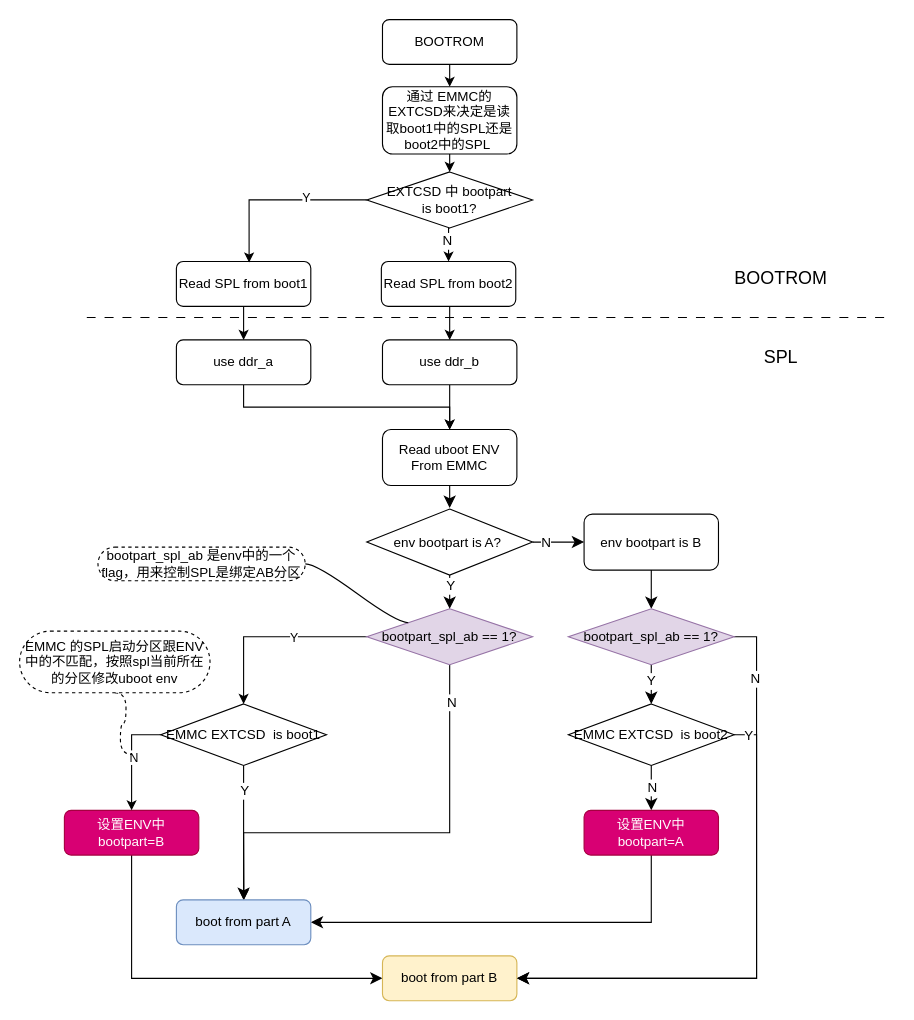
Above: page "第 1 页" (1 of 2) of AB分区.drawio in wdhgit/drawio (draw.io), before the change. Source tidied: cells renumbered, new cells numbered last; positions are measured from the earlier drawing's top-left corner, leaving out a move shared by most shapes. Both pictures are drawn from the tidied source at 112%, with x=0, y=0 at pixel (19, 19).
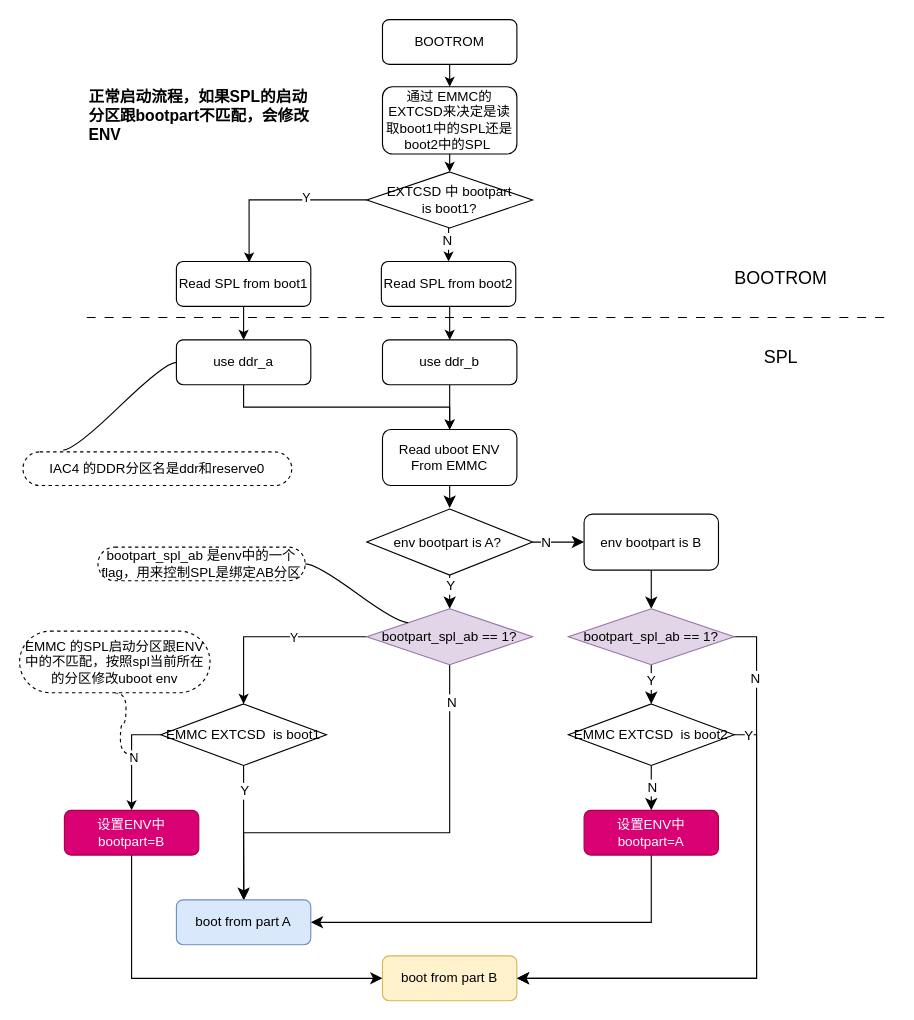
Above is the later version.

The change refers to these unchanged cells:
```xml
<mxCell id="38" value="use ddr_a" style="rounded=1;whiteSpace=wrap;html=1;" parent="1" vertex="1">
  <mxGeometry x="140" y="286" width="120" height="40" as="geometry" />
</mxCell>
```

Diff of the diagram source:
```diff
@@
+    <mxCell id="61" value="正常启动流程，如果SPL的启动分区跟bootpart不匹配，会修改ENV" style="text;html=1;whiteSpace=wrap;strokeColor=none;fillColor=none;align=left;verticalAlign=middle;rounded=0;fontStyle=1;fontSize=14;" parent="1" vertex="1">
+      <mxGeometry x="60" y="56" width="210" height="60" as="geometry" />
+    </mxCell>
+    <mxCell id="62" value="IAC4 的DDR分区名是ddr和reserve0" style="whiteSpace=wrap;html=1;rounded=1;arcSize=50;align=center;verticalAlign=middle;strokeWidth=1;spacing=4;newEdgeStyle={&quot;edgeStyle&quot;:&quot;entityRelationEdgeStyle&quot;,&quot;startArrow&quot;:&quot;none&quot;,&quot;endArrow&quot;:&quot;none&quot;,&quot;segment&quot;:10,&quot;curved&quot;:1,&quot;sourcePerimeterSpacing&quot;:0,&quot;targetPerimeterSpacing&quot;:0};dashed=1;" parent="1" vertex="1">
+      <mxGeometry x="3" y="386" width="240" height="30" as="geometry" />
+    </mxCell>
+    <mxCell id="63" style="edgeStyle=entityRelationEdgeStyle;rounded=0;jettySize=auto;html=1;startArrow=none;endArrow=none;segment=10;curved=1;sourcePerimeterSpacing=0;targetPerimeterSpacing=0;entryX=0;entryY=0.5;entryDx=0;entryDy=0;exitX=0.15;exitY=-0.055;exitDx=0;exitDy=0;exitPerimeter=0;" parent="1" edge="1" source="62" target="38">
+      <mxGeometry relative="1" as="geometry" />
+    </mxCell>
```
